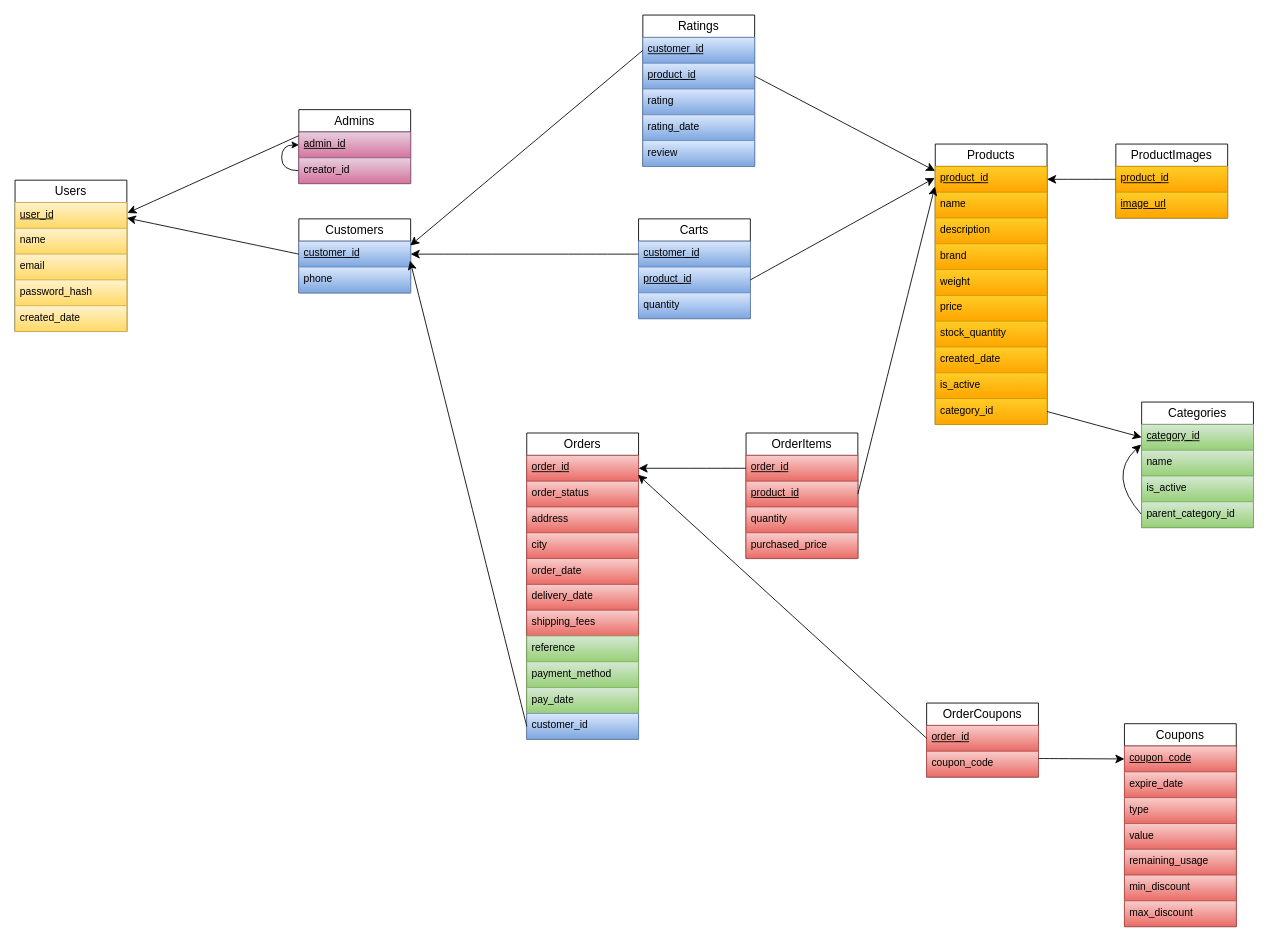
This is Online Store Schema.drawio from KerollosRady/Online-Store-Database, a draw.io file, before an edit. Source tidied: cells renumbered, new cells numbered last; positions are measured from the earlier drawing's top-left corner, leaving out a move shared by most shapes. Both pictures are drawn from the tidied source at 86%, with x=0, y=0 at pixel (15, 15).
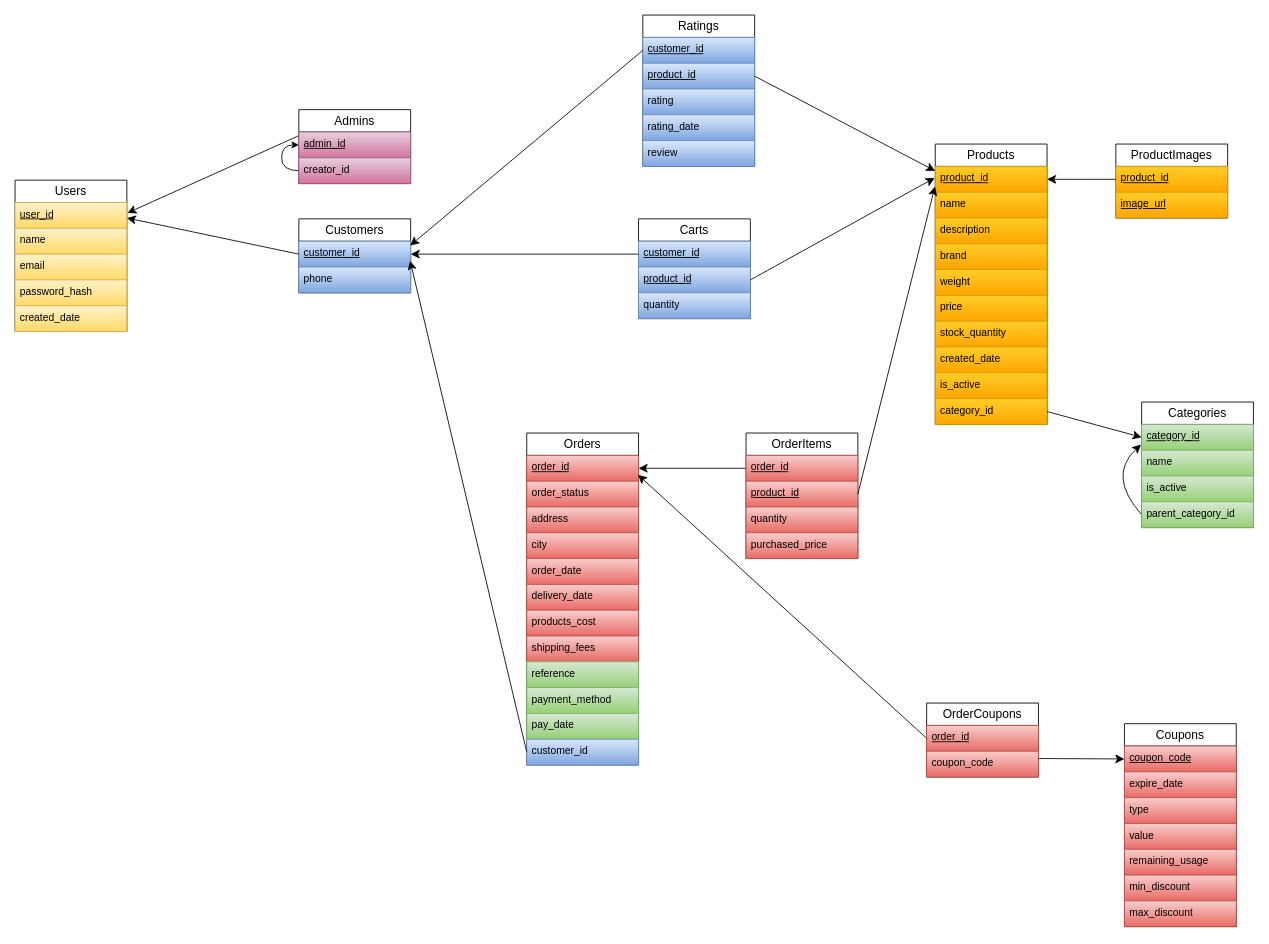
The same page after the edit.

Commit message (it also covers changes not shown here):
add the products_cost attribute

What changed in the source:
```diff
@@
     <mxCell id="40" value="Orders" style="swimlane;fontStyle=0;horizontal=1;startSize=26;align=center;fontSize=14;whiteSpace=wrap;" parent="1" vertex="1">
-      <mxGeometry x="595" y="486" width="130" height="356" as="geometry" />
+      <mxGeometry x="595" y="486" width="130" height="386" as="geometry" />
     </mxCell>
@@
+    <mxCell id="86" value="&lt;span style=&quot;text-align: center;&quot;&gt;products_cost&lt;/span&gt;" style="text;strokeColor=#b85450;fillColor=#f8cecc;spacingLeft=4;spacingRight=4;overflow=hidden;fontSize=12;whiteSpace=wrap;html=1;fontStyle=0;gradientColor=#ea6b66;" parent="40" vertex="1">
+      <mxGeometry y="206" width="130" height="30" as="geometry" />
+    </mxCell>
     <mxCell id="47" value="&lt;span style=&quot;text-align: center;&quot;&gt;shipping_fees&lt;/span&gt;" style="text;strokeColor=#b85450;fillColor=#f8cecc;spacingLeft=4;spacingRight=4;overflow=hidden;fontSize=12;whiteSpace=wrap;html=1;fontStyle=0;gradientColor=#ea6b66;" parent="40" vertex="1">
-      <mxGeometry y="206" width="130" height="30" as="geometry" />
+      <mxGeometry y="236" width="130" height="30" as="geometry" />
     </mxCell>
     <mxCell id="48" value="&lt;span style=&quot;text-align: center;&quot;&gt;reference&lt;/span&gt;" style="text;strokeColor=#82b366;fillColor=#d5e8d4;spacingLeft=4;spacingRight=4;overflow=hidden;fontSize=12;whiteSpace=wrap;html=1;fontStyle=0;gradientColor=#97d077;" parent="40" vertex="1">
-      <mxGeometry y="236" width="130" height="30" as="geometry" />
+      <mxGeometry y="266" width="130" height="30" as="geometry" />
     </mxCell>
     <mxCell id="49" value="&lt;span style=&quot;text-align: center;&quot;&gt;payment_method&lt;/span&gt;" style="text;strokeColor=#82b366;fillColor=#d5e8d4;spacingLeft=4;spacingRight=4;overflow=hidden;fontSize=12;whiteSpace=wrap;html=1;fontStyle=0;gradientColor=#97d077;" parent="40" vertex="1">
-      <mxGeometry y="266" width="130" height="30" as="geometry" />
+      <mxGeometry y="296" width="130" height="30" as="geometry" />
     </mxCell>
     <mxCell id="50" value="&lt;span style=&quot;text-align: center;&quot;&gt;pay_date&lt;/span&gt;" style="text;strokeColor=#82b366;fillColor=#d5e8d4;spacingLeft=4;spacingRight=4;overflow=hidden;fontSize=12;whiteSpace=wrap;html=1;fontStyle=0;gradientColor=#97d077;" parent="40" vertex="1">
-      <mxGeometry y="296" width="130" height="30" as="geometry" />
+      <mxGeometry y="326" width="130" height="30" as="geometry" />
     </mxCell>
     <mxCell id="51" value="&lt;span style=&quot;text-align: center;&quot;&gt;customer_id&lt;/span&gt;" style="text;strokeColor=#6c8ebf;fillColor=#dae8fc;spacingLeft=4;spacingRight=4;overflow=hidden;points=[[0,0.5],[1,0.5]];portConstraint=eastwest;fontSize=12;whiteSpace=wrap;html=1;fontStyle=0;gradientColor=#7ea6e0;" parent="40" vertex="1">
-      <mxGeometry y="326" width="130" height="30" as="geometry" />
+      <mxGeometry y="356" width="130" height="30" as="geometry" />
     </mxCell>
```
